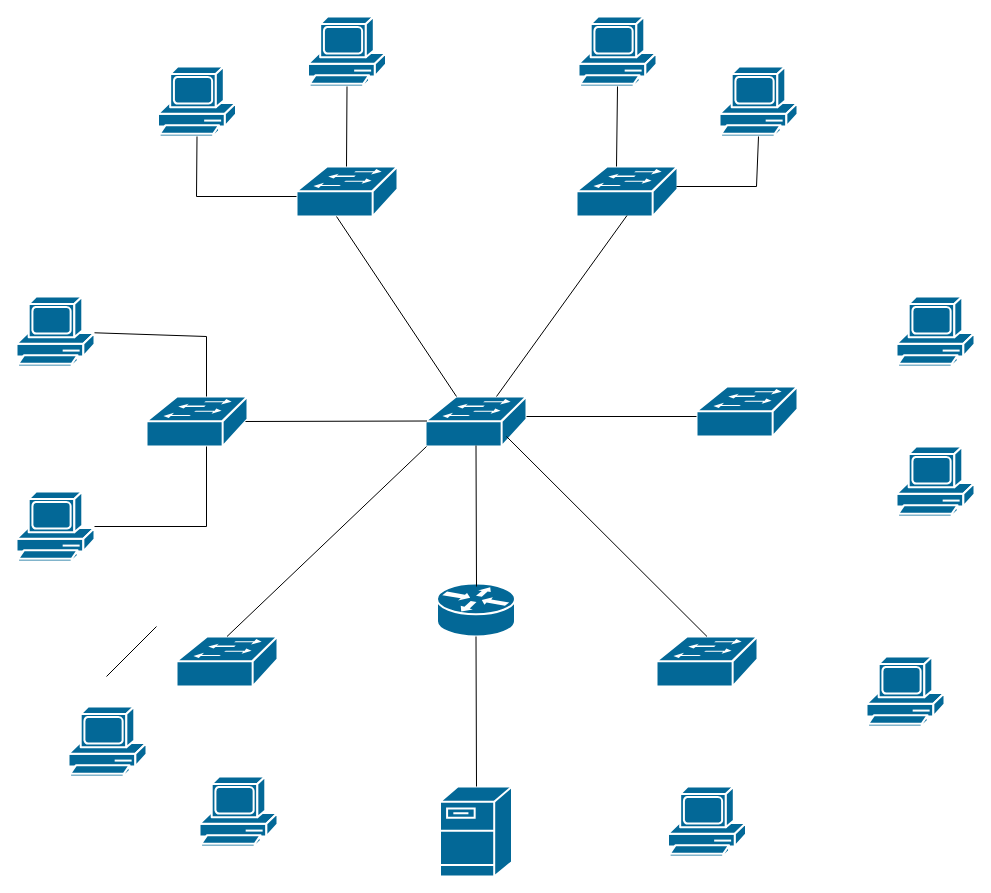
The draw.io diagram L1 схема.drawio in dibovdmitry/CETU_Diagrams, before the edit. Source tidied: cells renumbered, new cells numbered last; positions are measured from the earlier drawing's top-left corner, leaving out a move shared by most shapes. Both pictures are drawn from the tidied source at 100%, with x=0, y=0 at pixel (16, 16).
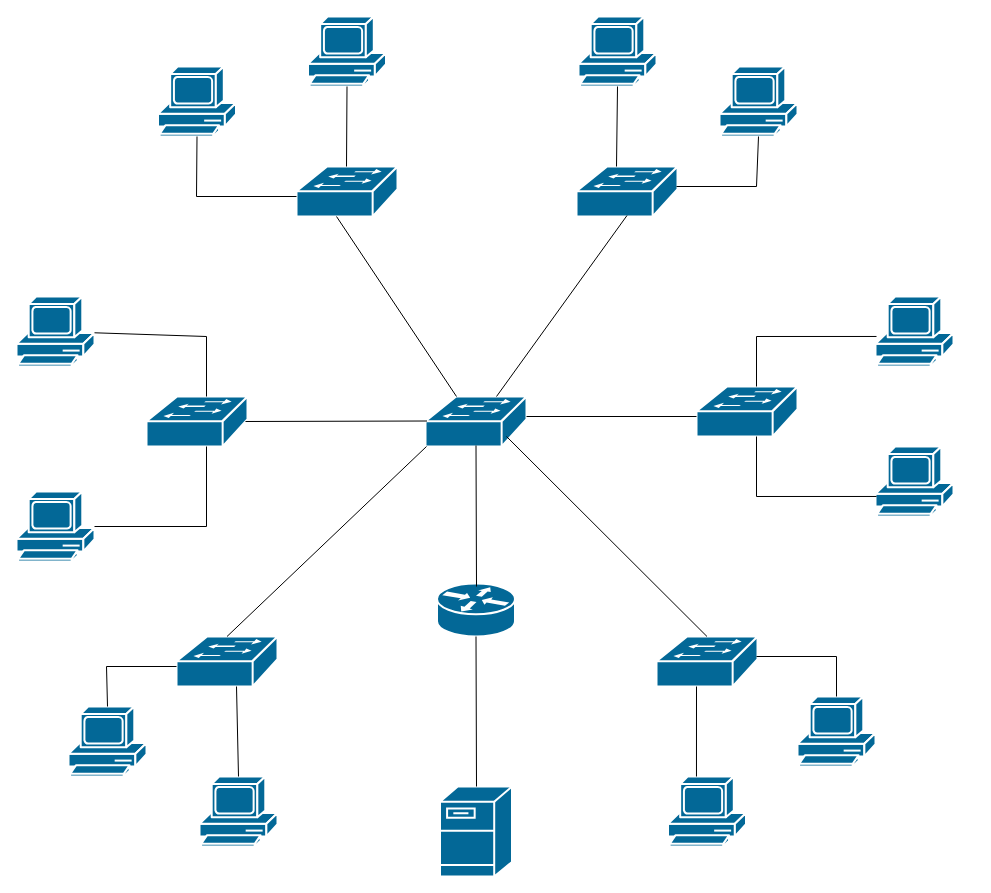
After the change.

The change refers to these unchanged cells:
```xml
<mxCell id="23" style="shape=mxgraph.cisco.computers_and_peripherals.pc;sketch=0;html=1;dashed=0;fillColor=#036897;strokeColor=#ffffff;strokeWidth=2;verticalLabelPosition=bottom;verticalAlign=top;align=center;outlineConnect=0;" parent="1" vertex="1">
  <mxGeometry x="52" y="690" width="78" height="70" as="geometry" />
</mxCell>
<mxCell id="24" style="shape=mxgraph.cisco.computers_and_peripherals.pc;sketch=0;html=1;dashed=0;fillColor=#036897;strokeColor=#ffffff;strokeWidth=2;verticalLabelPosition=bottom;verticalAlign=top;align=center;outlineConnect=0;" parent="1" vertex="1">
  <mxGeometry x="183" y="760" width="78" height="70" as="geometry" />
</mxCell>
```

The edit, as a diff of the source:
```diff
@@
     <mxCell id="25" style="shape=mxgraph.cisco.computers_and_peripherals.pc;sketch=0;html=1;dashed=0;fillColor=#036897;strokeColor=#ffffff;strokeWidth=2;verticalLabelPosition=bottom;verticalAlign=top;align=center;outlineConnect=0;" parent="1" vertex="1">
-      <mxGeometry x="651.5" y="770" width="78" height="70" as="geometry" />
+      <mxGeometry x="651.5" y="760" width="78" height="70" as="geometry" />
     </mxCell>
     <mxCell id="26" style="shape=mxgraph.cisco.computers_and_peripherals.pc;sketch=0;html=1;dashed=0;fillColor=#036897;strokeColor=#ffffff;strokeWidth=2;verticalLabelPosition=bottom;verticalAlign=top;align=center;outlineConnect=0;" parent="1" vertex="1">
-      <mxGeometry x="850" y="640" width="78" height="70" as="geometry" />
+      <mxGeometry x="781" y="680" width="78" height="70" as="geometry" />
     </mxCell>
@@
     <mxCell id="28" style="shape=mxgraph.cisco.computers_and_peripherals.pc;sketch=0;html=1;dashed=0;fillColor=#036897;strokeColor=#ffffff;strokeWidth=2;verticalLabelPosition=bottom;verticalAlign=top;align=center;outlineConnect=0;" parent="1" vertex="1">
-      <mxGeometry x="880" y="280" width="78" height="70" as="geometry" />
+      <mxGeometry x="859" y="280" width="78" height="70" as="geometry" />
     </mxCell>
     <mxCell id="29" style="shape=mxgraph.cisco.computers_and_peripherals.pc;sketch=0;html=1;dashed=0;fillColor=#036897;strokeColor=#ffffff;strokeWidth=2;verticalLabelPosition=bottom;verticalAlign=top;align=center;outlineConnect=0;" parent="1" vertex="1">
-      <mxGeometry x="880" y="430" width="78" height="70" as="geometry" />
+      <mxGeometry x="859" y="430" width="78" height="70" as="geometry" />
     </mxCell>
@@
     <mxCell id="41" style="endArrow=none;html=1;rounded=0;" parent="1" edge="1">
       <mxGeometry relative="1" as="geometry">
-        <mxPoint x="90" y="660" as="sourcePoint" />
-        <mxPoint x="140" y="610" as="targetPoint" />
+        <mxPoint x="90" y="650" as="sourcePoint" />
+        <mxPoint x="160" y="650" as="targetPoint" />
       </mxGeometry>
     </mxCell>
+    <mxCell id="42" style="endArrow=none;html=1;rounded=0;exitX=0.5;exitY=0;exitDx=0;exitDy=0;exitPerimeter=0;" parent="1" edge="1" source="23">
+      <mxGeometry relative="1" as="geometry">
+        <mxPoint x="90" y="650" as="targetPoint" />
+      </mxGeometry>
+    </mxCell>
+    <mxCell id="43" style="endArrow=none;html=1;rounded=0;exitX=0.5;exitY=0;exitDx=0;exitDy=0;exitPerimeter=0;" parent="1" edge="1" source="24">
+      <mxGeometry relative="1" as="geometry">
+        <mxPoint x="220" y="670" as="targetPoint" />
+      </mxGeometry>
+    </mxCell>
+    <mxCell id="44" style="endArrow=none;html=1;rounded=0;exitX=0.365;exitY=0;exitDx=0;exitDy=0;exitPerimeter=0;" parent="1" edge="1" source="25">
+      <mxGeometry relative="1" as="geometry">
+        <mxPoint x="680" y="670" as="targetPoint" />
+      </mxGeometry>
+    </mxCell>
+    <mxCell id="45" style="endArrow=none;html=1;rounded=0;" parent="1" edge="1">
+      <mxGeometry relative="1" as="geometry">
+        <mxPoint x="740" y="640" as="sourcePoint" />
+        <mxPoint x="820" y="640" as="targetPoint" />
+      </mxGeometry>
+    </mxCell>
+    <mxCell id="46" style="endArrow=none;html=1;rounded=0;entryX=0.5;entryY=0;entryDx=0;entryDy=0;entryPerimeter=0;" parent="1" edge="1" target="26">
+      <mxGeometry relative="1" as="geometry">
+        <mxPoint x="820" y="640" as="sourcePoint" />
+      </mxGeometry>
+    </mxCell>
+    <mxCell id="47" style="endArrow=none;html=1;rounded=0;" parent="1" edge="1">
+      <mxGeometry relative="1" as="geometry">
+        <mxPoint x="740" y="370" as="sourcePoint" />
+        <mxPoint x="740" y="320" as="targetPoint" />
+      </mxGeometry>
+    </mxCell>
+    <mxCell id="48" style="endArrow=none;html=1;rounded=0;entryX=0.013;entryY=0.571;entryDx=0;entryDy=0;entryPerimeter=0;" parent="1" edge="1" target="28">
+      <mxGeometry relative="1" as="geometry">
+        <mxPoint x="740" y="320" as="sourcePoint" />
+      </mxGeometry>
+    </mxCell>
+    <mxCell id="49" style="endArrow=none;html=1;rounded=0;" parent="1" edge="1">
+      <mxGeometry relative="1" as="geometry">
+        <mxPoint x="740" y="480" as="sourcePoint" />
+        <mxPoint x="740" y="420" as="targetPoint" />
+      </mxGeometry>
+    </mxCell>
+    <mxCell id="50" style="endArrow=none;html=1;rounded=0;entryX=0.013;entryY=0.714;entryDx=0;entryDy=0;entryPerimeter=0;" parent="1" edge="1" target="29">
+      <mxGeometry relative="1" as="geometry">
+        <mxPoint x="740" y="480" as="sourcePoint" />
+      </mxGeometry>
+    </mxCell>
```
